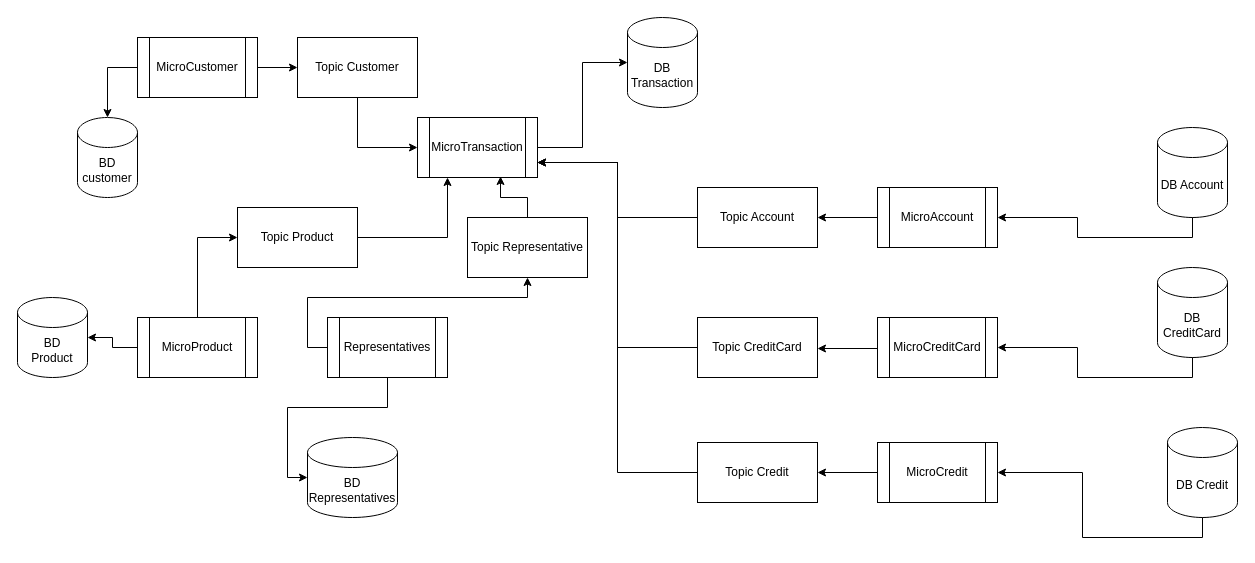
This is diagrama_microservices.drawio from ajoelflores124/everbanco, a draw.io file, before an edit. Source tidied: cells renumbered, new cells numbered last; positions are measured from the earlier drawing's top-left corner, leaving out a move shared by most shapes. Both pictures are drawn from the tidied source at 100%, with x=0, y=0 at pixel (17, 17).
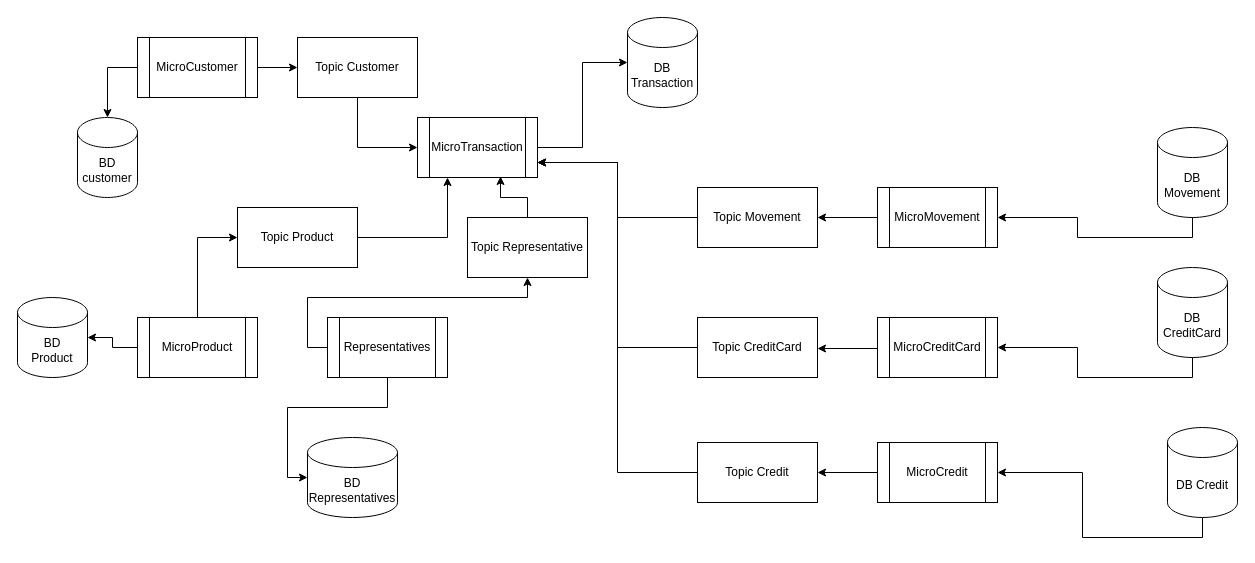
The same diagram, later.

What changed in the source:
```diff
@@
-    <mxCell id="23" value="MicroAccount" style="shape=process;whiteSpace=wrap;html=1;backgroundOutline=1;" parent="1" vertex="1">
+    <mxCell id="23" value="MicroMovement" style="shape=process;whiteSpace=wrap;html=1;backgroundOutline=1;" parent="1" vertex="1">
       <mxGeometry x="860" y="170" width="120" height="60" as="geometry" />
     </mxCell>
-    <mxCell id="24" value="DB Account" style="shape=cylinder3;whiteSpace=wrap;html=1;boundedLbl=1;backgroundOutline=1;size=15;" parent="1" vertex="1">
+    <mxCell id="24" value="DB Movement" style="shape=cylinder3;whiteSpace=wrap;html=1;boundedLbl=1;backgroundOutline=1;size=15;" parent="1" vertex="1">
       <mxGeometry x="1140" y="110" width="70" height="90" as="geometry" />
     </mxCell>
@@
-    <mxCell id="34" value="&lt;span&gt;Topic Account&lt;/span&gt;" style="rounded=0;whiteSpace=wrap;html=1;" parent="1" vertex="1">
+    <mxCell id="34" value="&lt;span&gt;Topic&amp;nbsp;&lt;/span&gt;Movement" style="rounded=0;whiteSpace=wrap;html=1;" parent="1" vertex="1">
       <mxGeometry x="680" y="170" width="120" height="60" as="geometry" />
     </mxCell>
```
